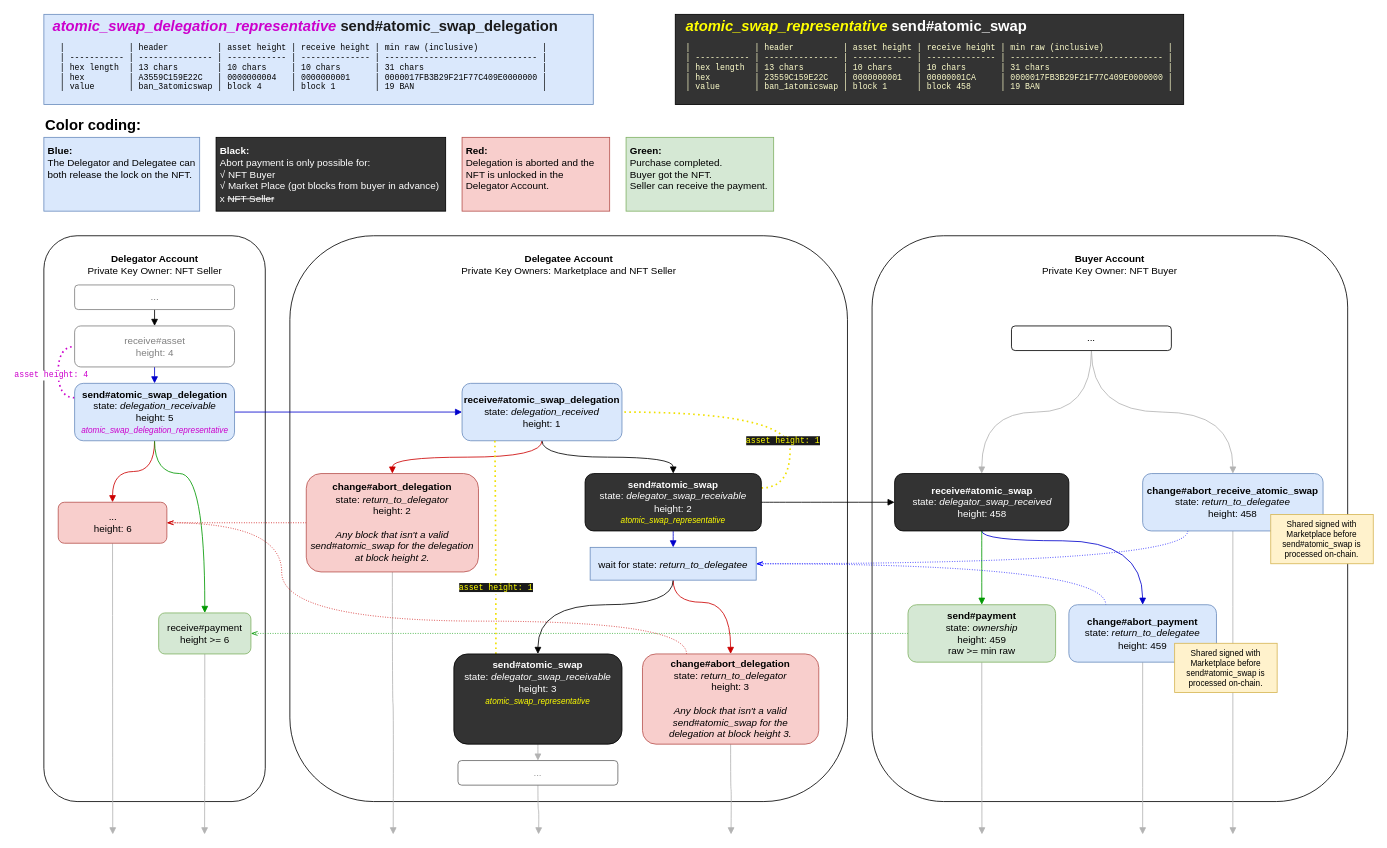
This is diagrams/atomic-swap-delegation.drawio from Airtune/73-meta-tokens, a draw.io file, before an edit. Source tidied: cells renumbered, new cells numbered last; positions are measured from the earlier drawing's top-left corner, leaving out a move shared by most shapes. Both pictures are drawn from the tidied source at 82%, with x=0, y=0 at pixel (43, 14).
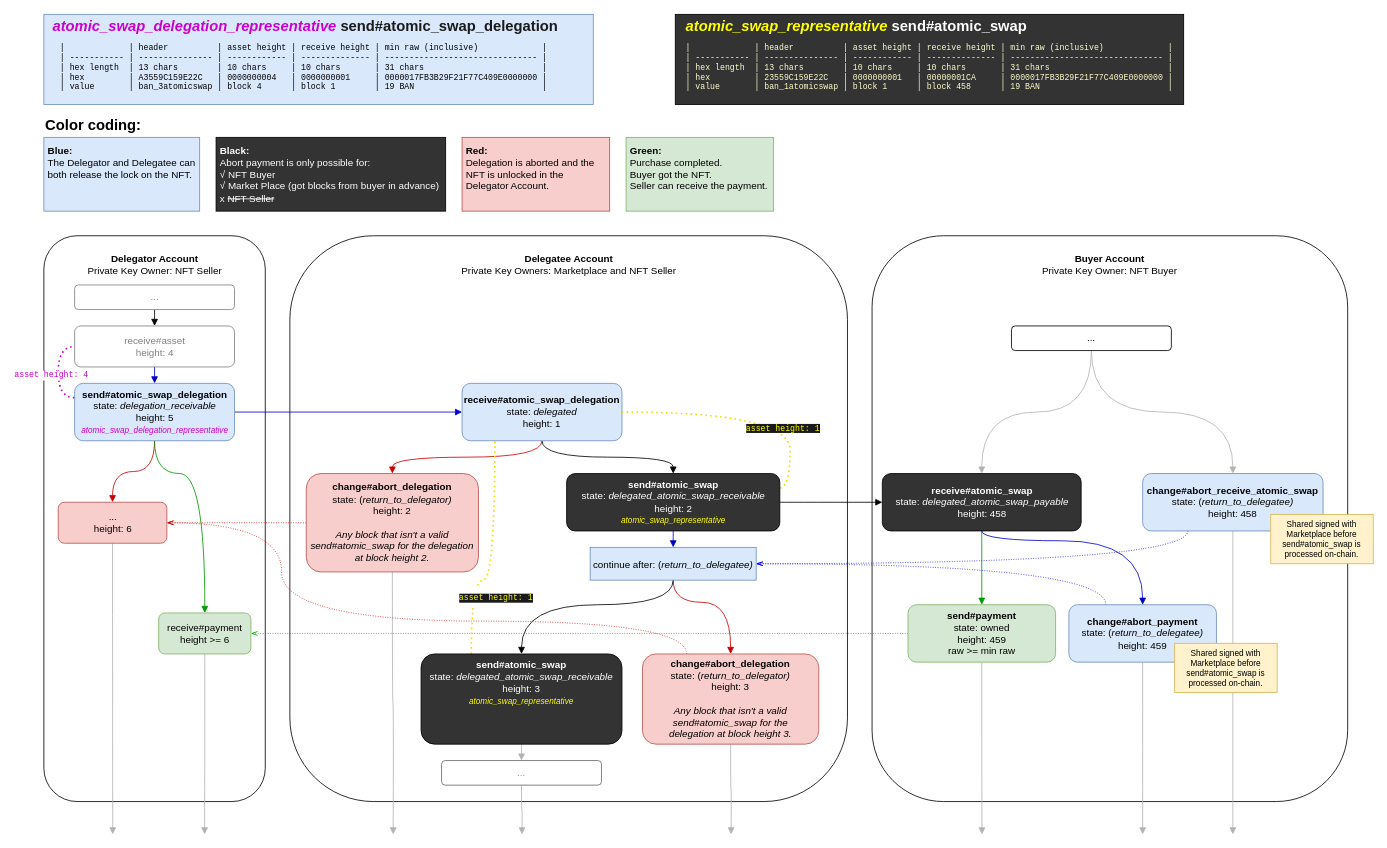
Above is the later version.

Commit message (it also covers changes not shown here):
update diagrams/atomic-swap-delegation

The edit, as a diff of the source:
```diff
@@
-    <mxCell id="20" value="&lt;b&gt;receive#atomic_swap_delegation&lt;br&gt;&lt;/b&gt;state: &lt;i&gt;delegation_received&lt;br&gt;&lt;/i&gt;height: 1" style="rounded=1;whiteSpace=wrap;html=1;fillColor=#dae8fc;strokeColor=#6c8ebf;" parent="1" vertex="1">
+    <mxCell id="20" value="&lt;b&gt;receive#atomic_swap_delegation&lt;br&gt;&lt;/b&gt;state: &lt;i&gt;delegated&lt;br&gt;&lt;/i&gt;height: 1" style="rounded=1;whiteSpace=wrap;html=1;fillColor=#dae8fc;strokeColor=#6c8ebf;" parent="1" vertex="1">
       <mxGeometry x="510" y="450" width="195" height="70" as="geometry" />
     </mxCell>
@@
-    <mxCell id="29" value="&lt;b&gt;change#abort_delegation&lt;br&gt;&lt;/b&gt;state: &lt;i&gt;return_to_delegator&lt;br&gt;&lt;/i&gt;height: 2&lt;br&gt;&lt;br&gt;&lt;i style=&quot;text-align: left&quot;&gt;Any block that isn't a valid send#atomic_swap for the delegation at block height 2.&lt;/i&gt;" style="rounded=1;whiteSpace=wrap;html=1;fillColor=#f8cecc;strokeColor=#b85450;" parent="1" vertex="1">
+    <mxCell id="29" value="&lt;b&gt;change#abort_delegation&lt;br&gt;&lt;/b&gt;state: (&lt;i&gt;return_to_delegator)&lt;br&gt;&lt;/i&gt;height: 2&lt;br&gt;&lt;br&gt;&lt;i style=&quot;text-align: left&quot;&gt;Any block that isn't a valid send#atomic_swap for the delegation at block height 2.&lt;/i&gt;" style="rounded=1;whiteSpace=wrap;html=1;fillColor=#f8cecc;strokeColor=#b85450;" parent="1" vertex="1">
       <mxGeometry x="320" y="560" width="210" height="120" as="geometry" />
     </mxCell>
@@
-    <mxCell id="34" value="&lt;b&gt;send#atomic_swap&lt;br&gt;&lt;/b&gt;state: &lt;i&gt;delegator_swap_receivable&lt;br&gt;&lt;/i&gt;height: 2&lt;br&gt;&lt;font style=&quot;font-size: 10px&quot; color=&quot;#ffff00&quot;&gt;&lt;i&gt;atomic_swap_representative&lt;/i&gt;&lt;/font&gt;" style="rounded=1;whiteSpace=wrap;html=1;fillColor=#333333;strokeColor=#000000;fontColor=#ffffff;" parent="1" vertex="1">
-      <mxGeometry x="660" y="560" width="215" height="70" as="geometry" />
+    <mxCell id="34" value="&lt;b&gt;send#atomic_swap&lt;br&gt;&lt;/b&gt;state: &lt;i&gt;delegated_atomic_swap_receivable&lt;br&gt;&lt;/i&gt;height: 2&lt;br&gt;&lt;font style=&quot;font-size: 10px&quot; color=&quot;#ffff00&quot;&gt;&lt;i&gt;atomic_swap_representative&lt;/i&gt;&lt;/font&gt;" style="rounded=1;whiteSpace=wrap;html=1;fillColor=#333333;strokeColor=#000000;fontColor=#ffffff;" parent="1" vertex="1">
+      <mxGeometry x="637.5" y="560" width="260" height="70" as="geometry" />
     </mxCell>
@@
-    <mxCell id="44" value="&lt;b&gt;receive#atomic_swap&lt;br&gt;&lt;/b&gt;state: &lt;i&gt;delegator_swap_received&lt;br&gt;&lt;/i&gt;height: 458" style="rounded=1;whiteSpace=wrap;html=1;fillColor=#333333;strokeColor=#000000;fontColor=#ffffff;" parent="1" vertex="1">
-      <mxGeometry x="1037.5" y="560" width="212.5" height="70" as="geometry" />
+    <mxCell id="44" value="&lt;b&gt;receive#atomic_swap&lt;br&gt;&lt;/b&gt;state: &lt;i&gt;delegated_atomic_swap_payable&lt;br&gt;&lt;/i&gt;height: 458" style="rounded=1;whiteSpace=wrap;html=1;fillColor=#333333;strokeColor=#000000;fontColor=#ffffff;" parent="1" vertex="1">
+      <mxGeometry x="1022.5" y="560" width="242.5" height="70" as="geometry" />
     </mxCell>
@@
-    <mxCell id="47" value="&lt;b&gt;change#abort_receive_atomic_swap&lt;br&gt;&lt;/b&gt;state: &lt;i&gt;return_to_delegatee&lt;br&gt;&lt;/i&gt;height: 458" style="rounded=1;whiteSpace=wrap;html=1;fillColor=#dae8fc;strokeColor=#6c8ebf;" parent="1" vertex="1">
+    <mxCell id="47" value="&lt;b&gt;change#abort_receive_atomic_swap&lt;br&gt;&lt;/b&gt;state: (&lt;i&gt;return_to_delegatee)&lt;br&gt;&lt;/i&gt;height: 458" style="rounded=1;whiteSpace=wrap;html=1;fillColor=#dae8fc;strokeColor=#6c8ebf;" parent="1" vertex="1">
       <mxGeometry x="1340" y="560" width="220" height="70" as="geometry" />
     </mxCell>
@@
-    <mxCell id="50" value="&lt;b&gt;change#abort_payment&lt;br&gt;&lt;/b&gt;state: &lt;i&gt;return_to_delegatee&lt;br&gt;&lt;/i&gt;height: 459" style="rounded=1;whiteSpace=wrap;html=1;fillColor=#dae8fc;strokeColor=#6c8ebf;" parent="1" vertex="1">
+    <mxCell id="50" value="&lt;b&gt;change#abort_payment&lt;br&gt;&lt;/b&gt;state: (&lt;i&gt;return_to_delegatee)&lt;br&gt;&lt;/i&gt;height: 459" style="rounded=1;whiteSpace=wrap;html=1;fillColor=#dae8fc;strokeColor=#6c8ebf;" parent="1" vertex="1">
       <mxGeometry x="1250" y="720" width="180" height="70" as="geometry" />
     </mxCell>
@@
-    <mxCell id="53" value="&lt;b&gt;change#abort_delegation&lt;br&gt;&lt;/b&gt;state: &lt;i&gt;return_to_delegator&lt;br&gt;&lt;/i&gt;height: 3&lt;br&gt;&lt;i&gt;&lt;br&gt;&lt;div&gt;&lt;i&gt;Any block that isn't a valid send#atomic_swap for the delegation at block height 3.&lt;/i&gt;&lt;/div&gt;&lt;/i&gt;" style="rounded=1;whiteSpace=wrap;html=1;fillColor=#f8cecc;strokeColor=#b85450;spacing=10;" parent="1" vertex="1">
+    <mxCell id="53" value="&lt;b&gt;change#abort_delegation&lt;br&gt;&lt;/b&gt;state: (&lt;i&gt;return_to_delegator)&lt;br&gt;&lt;/i&gt;height: 3&lt;br&gt;&lt;i&gt;&lt;br&gt;&lt;div&gt;&lt;i&gt;Any block that isn't a valid send#atomic_swap for the delegation at block height 3.&lt;/i&gt;&lt;/div&gt;&lt;/i&gt;" style="rounded=1;whiteSpace=wrap;html=1;fillColor=#f8cecc;strokeColor=#b85450;spacing=10;" parent="1" vertex="1">
       <mxGeometry x="730" y="780" width="215" height="110" as="geometry" />
     </mxCell>
@@
     <mxCell id="55" style="edgeStyle=orthogonalEdgeStyle;curved=1;rounded=0;jettySize=auto;html=1;exitX=0.5;exitY=1;exitDx=0;exitDy=0;entryX=0.5;entryY=0;entryDx=0;entryDy=0;fontSize=12;fontColor=#FFFFFF;endArrow=block;endFill=1;strokeColor=#000000;elbow=vertical;" parent="1" edge="1" source="56" target="63">
       <mxGeometry relative="1" as="geometry">
         <Array as="points">
           <mxPoint x="768" y="720" />
-          <mxPoint x="603" y="720" />
+          <mxPoint x="583" y="720" />
         </Array>
       </mxGeometry>
     </mxCell>
-    <mxCell id="56" value="&lt;font style=&quot;font-size: 12px&quot;&gt;wait for state:&amp;nbsp;&lt;i&gt;return_to_delegatee&lt;/i&gt;&lt;br&gt;&lt;/font&gt;" style="rounded=0;whiteSpace=wrap;html=1;labelBackgroundColor=none;fontSize=18;strokeColor=#6c8ebf;fillColor=#dae8fc;spacing=3;" parent="1" vertex="1">
+    <mxCell id="56" value="&lt;font style=&quot;font-size: 12px&quot;&gt;continue after: (&lt;i&gt;return_to_delegatee)&lt;/i&gt;&lt;br&gt;&lt;/font&gt;" style="rounded=0;whiteSpace=wrap;html=1;labelBackgroundColor=none;fontSize=18;strokeColor=#6c8ebf;fillColor=#dae8fc;spacing=3;" parent="1" vertex="1">
       <mxGeometry x="666.2" y="650" width="202.5" height="40" as="geometry" />
     </mxCell>
@@
-    <mxCell id="60" value="&lt;b&gt;send#payment&lt;br&gt;&lt;/b&gt;state: &lt;i&gt;ownership&lt;br&gt;&lt;/i&gt;height: 459&lt;br&gt;raw &amp;gt;= min raw" style="rounded=1;whiteSpace=wrap;html=1;fillColor=#d5e8d4;strokeColor=#82b366;" parent="1" vertex="1">
+    <mxCell id="60" value="&lt;b&gt;send#payment&lt;br&gt;&lt;/b&gt;state: owned&lt;i&gt;&lt;br&gt;&lt;/i&gt;height: 459&lt;br&gt;raw &amp;gt;= min raw" style="rounded=1;whiteSpace=wrap;html=1;fillColor=#d5e8d4;strokeColor=#82b366;" parent="1" vertex="1">
       <mxGeometry x="1053.8" y="720" width="180" height="70" as="geometry" />
     </mxCell>
     <mxCell id="61" style="edgeStyle=orthogonalEdgeStyle;curved=1;rounded=0;jettySize=auto;html=1;exitX=0.25;exitY=0;exitDx=0;exitDy=0;dashed=1;dashPattern=1 2;fontFamily=Courier New;fontSize=18;fontColor=#1A1A1A;endArrow=none;endFill=0;strokeColor=#F0E000;elbow=vertical;strokeWidth=2;shadow=0;" parent="1" edge="1" source="63">
       <mxGeometry relative="1" as="geometry">
         <mxPoint x="550" y="519.3" as="targetPoint" />
+        <Array as="points">
+          <mxPoint x="521" y="690" />
+          <mxPoint x="550" y="690" />
+        </Array>
       </mxGeometry>
     </mxCell>
@@
-    <mxCell id="63" value="&lt;b&gt;send#atomic_swap&lt;br&gt;&lt;/b&gt;state: &lt;i&gt;delegator_swap_receivable&lt;br&gt;&lt;/i&gt;height: 3&lt;br&gt;&lt;i style=&quot;font-size: 10px&quot;&gt;&lt;font color=&quot;#ffff00&quot;&gt;atomic_swap_representative&lt;/font&gt;&lt;/i&gt;" style="rounded=1;whiteSpace=wrap;html=1;fillColor=#333333;strokeColor=#000000;fontColor=#ffffff;verticalAlign=top;" parent="1" vertex="1">
-      <mxGeometry x="500" y="780" width="205" height="110" as="geometry" />
+    <mxCell id="63" value="&lt;b&gt;send#atomic_swap&lt;br&gt;&lt;/b&gt;state:&amp;nbsp;&lt;i&gt;delegated_atomic_swap_receivable&lt;/i&gt;&lt;i&gt;&lt;br&gt;&lt;/i&gt;height: 3&lt;br&gt;&lt;i style=&quot;font-size: 10px&quot;&gt;&lt;font color=&quot;#ffff00&quot;&gt;atomic_swap_representative&lt;/font&gt;&lt;/i&gt;" style="rounded=1;whiteSpace=wrap;html=1;fillColor=#333333;strokeColor=#000000;fontColor=#ffffff;verticalAlign=top;" parent="1" vertex="1">
+      <mxGeometry x="460" y="780" width="245" height="110" as="geometry" />
     </mxCell>
@@
     <mxCell id="67" style="edgeStyle=orthogonalEdgeStyle;curved=1;rounded=0;jettySize=auto;html=1;exitX=0.5;exitY=1;exitDx=0;exitDy=0;fontSize=12;fontColor=#999999;endArrow=block;endFill=1;strokeColor=#B3B3B3;elbow=vertical;" parent="1" edge="1" source="68">
       <mxGeometry relative="1" as="geometry">
-        <mxPoint x="603.3" y="1000" as="targetPoint" />
+        <mxPoint x="583" y="1000" as="targetPoint" />
       </mxGeometry>
     </mxCell>
     <mxCell id="68" value="..." style="rounded=1;whiteSpace=wrap;html=1;strokeColor=#666666;fontColor=#999999;" parent="1" vertex="1">
-      <mxGeometry x="505" y="910" width="195" height="30" as="geometry" />
+      <mxGeometry x="485" y="910" width="195" height="30" as="geometry" />
     </mxCell>
```
